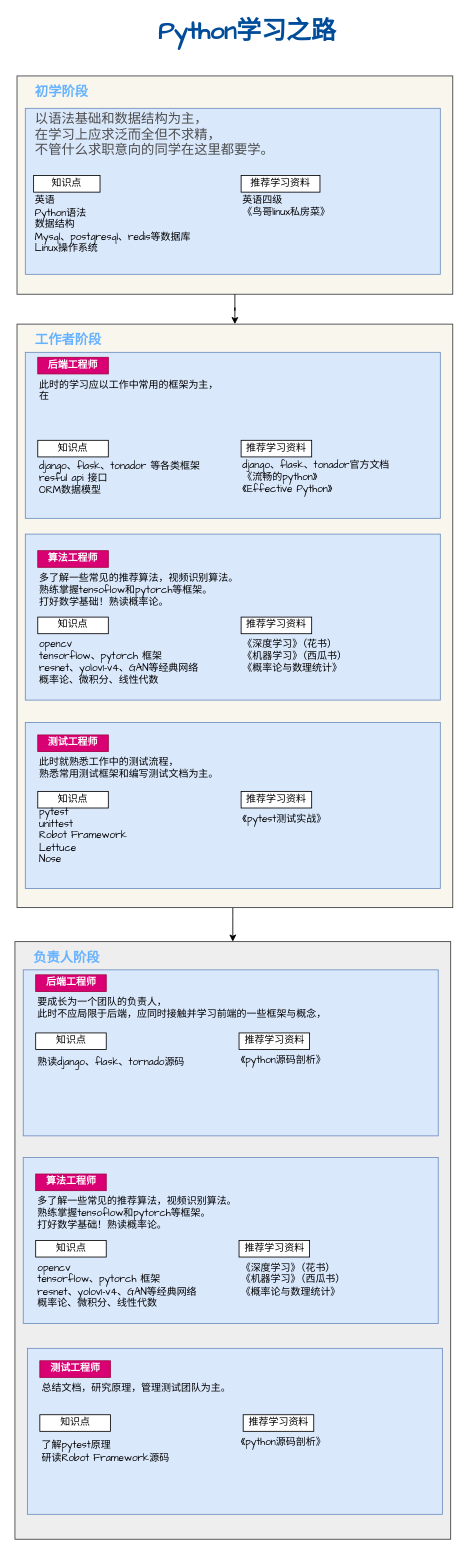
Before: Untitled Diagram.drawio in lalawila/chaorencode, a draw.io diagram. Source tidied: cells renumbered, new cells numbered last; positions are measured from the earlier drawing's top-left corner, leaving out a move shared by most shapes. Both pictures are drawn from the tidied source at 83%, with x=0, y=0 at pixel (15, 22).
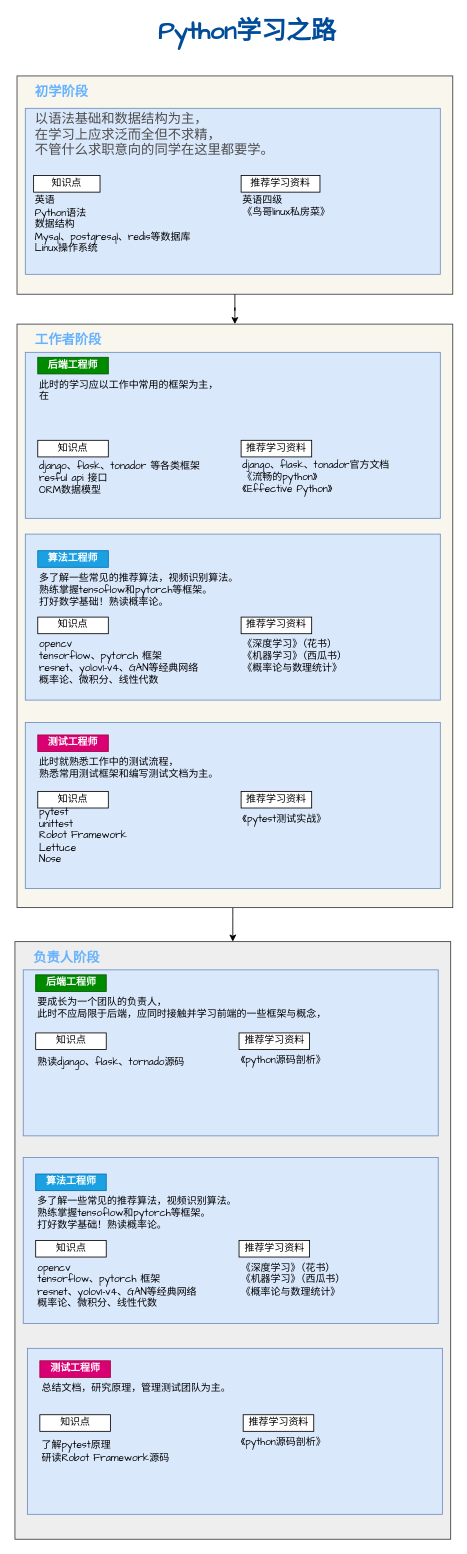
The same diagram, later.

What changed in the source:
```diff
@@
-    <mxCell id="17" value="后端工程师" style="rounded=0;whiteSpace=wrap;html=1;fillColor=#d80073;strokeColor=#A50040;fontColor=#ffffff;fontStyle=1;fontFamily=Comic Sans MS;" parent="1" vertex="1">
+    <mxCell id="17" value="后端工程师" style="rounded=0;whiteSpace=wrap;html=1;fillColor=#008a00;strokeColor=#005700;fontColor=#ffffff;fontStyle=1;fontFamily=Comic Sans MS;" parent="1" vertex="1">
       <mxGeometry x="27" y="403" width="85" height="20" as="geometry" />
     </mxCell>
@@
-    <mxCell id="25" value="算法工程师" style="rounded=0;whiteSpace=wrap;html=1;fontStyle=1;fillColor=#d80073;strokeColor=#A50040;fontColor=#ffffff;fontFamily=Comic Sans MS;" parent="1" vertex="1">
+    <mxCell id="25" value="算法工程师" style="rounded=0;whiteSpace=wrap;html=1;fontStyle=1;fillColor=#1ba1e2;strokeColor=#006EAF;fontColor=#ffffff;fontFamily=Comic Sans MS;" parent="1" vertex="1">
       <mxGeometry x="27" y="636" width="85" height="20" as="geometry" />
     </mxCell>
@@
-    <mxCell id="42" value="后端工程师" style="rounded=0;whiteSpace=wrap;html=1;fillColor=#d80073;strokeColor=#A50040;fontColor=#ffffff;fontStyle=1;fontFamily=Comic Sans MS;" parent="1" vertex="1">
+    <mxCell id="42" value="后端工程师" style="rounded=0;whiteSpace=wrap;html=1;fillColor=#008a00;strokeColor=#005700;fontColor=#ffffff;fontStyle=1;fontFamily=Comic Sans MS;" parent="1" vertex="1">
       <mxGeometry x="24.5" y="1147" width="85" height="20" as="geometry" />
     </mxCell>
@@
-    <mxCell id="47" value="算法工程师" style="rounded=0;whiteSpace=wrap;html=1;fontStyle=1;fillColor=#d80073;strokeColor=#A50040;fontColor=#ffffff;fontFamily=Comic Sans MS;" parent="1" vertex="1">
+    <mxCell id="47" value="算法工程师" style="rounded=0;whiteSpace=wrap;html=1;fontStyle=1;fillColor=#1ba1e2;strokeColor=#006EAF;fontColor=#ffffff;fontFamily=Comic Sans MS;" parent="1" vertex="1">
       <mxGeometry x="24.5" y="1387" width="85" height="20" as="geometry" />
     </mxCell>
```
